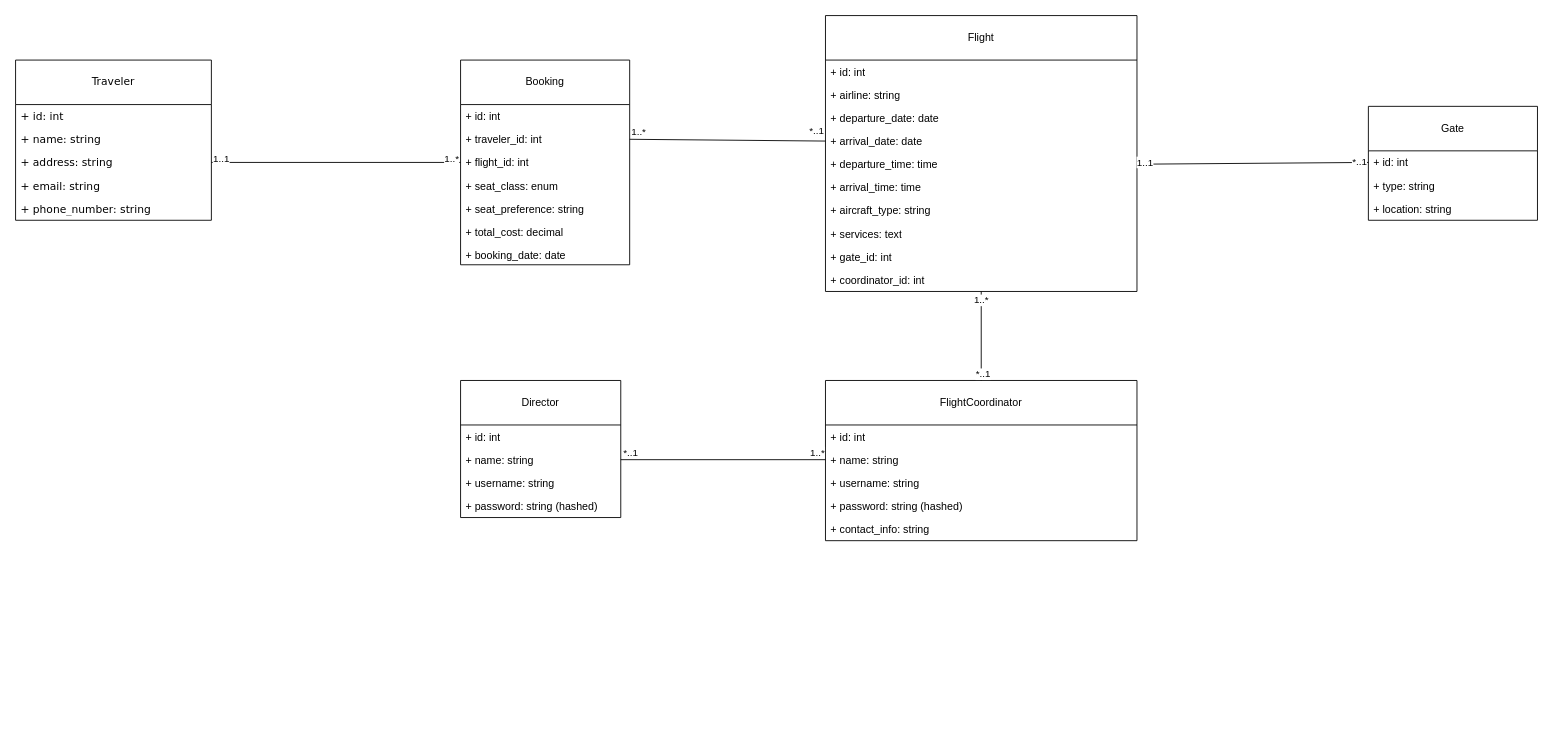
Earlier version of the draw.io diagram Diagrams/Schipol-Orbital(class-UML).drawio (Drunxfish/Schipol-Orbital). Source tidied: cells renumbered, new cells numbered last; positions are measured from the earlier drawing's top-left corner, leaving out a move shared by most shapes. Both pictures are drawn from the tidied source at 89%, with x=0, y=0 at pixel (15, 15).
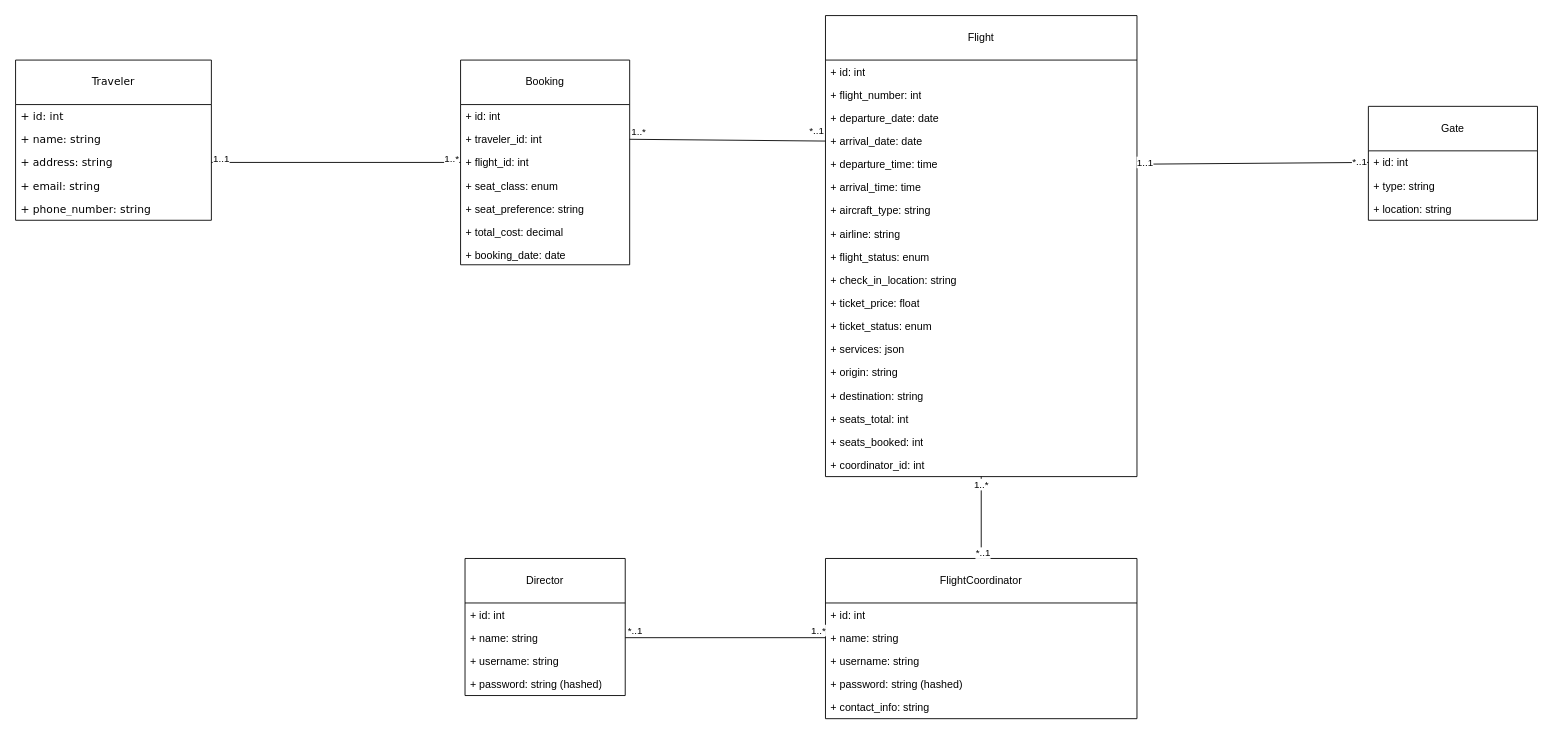
After the change.

What changed in the source:
```diff
@@
     <mxCell id="19" value="Flight" style="swimlane;fontStyle=0;horizontal=1;startSize=50;fillColor=none;whiteSpace=wrap;html=1;" parent="1" vertex="1">
-      <mxGeometry x="910" width="350" height="310" as="geometry" />
+      <mxGeometry x="910" width="350" height="518" as="geometry" />
     </mxCell>
@@
-    <mxCell id="21" value="+ airline: string" style="text;strokeColor=none;fillColor=none;align=left;verticalAlign=top;spacingLeft=4;spacingRight=4;overflow=hidden;whiteSpace=wrap;html=1;" parent="19" vertex="1">
-      <mxGeometry y="76" width="350" height="26" as="geometry" />
-    </mxCell>
+    <mxCell id="57" value="+ flight_number: int" style="text;strokeColor=none;fillColor=none;align=left;verticalAlign=top;spacingLeft=4;spacingRight=4;overflow=hidden;whiteSpace=wrap;html=1;" parent="19" vertex="1">
+      <mxGeometry y="76" width="350" height="26" as="geometry" />
+    </mxCell>
@@
+    <mxCell id="21" value="+ airline: string" style="text;strokeColor=none;fillColor=none;align=left;verticalAlign=top;spacingLeft=4;spacingRight=4;overflow=hidden;whiteSpace=wrap;html=1;" parent="19" vertex="1">
+      <mxGeometry y="232" width="350" height="26" as="geometry" />
+    </mxCell>
+    <mxCell id="58" value="+ flight_status: enum" style="text;strokeColor=none;fillColor=none;align=left;verticalAlign=top;spacingLeft=4;spacingRight=4;overflow=hidden;whiteSpace=wrap;html=1;" parent="19" vertex="1">
+      <mxGeometry y="258" width="350" height="26" as="geometry" />
+    </mxCell>
+    <mxCell id="59" value="+ check_in_location: string" style="text;strokeColor=none;fillColor=none;align=left;verticalAlign=top;spacingLeft=4;spacingRight=4;overflow=hidden;whiteSpace=wrap;html=1;" parent="19" vertex="1">
+      <mxGeometry y="284" width="350" height="26" as="geometry" />
+    </mxCell>
+    <mxCell id="60" value="+ ticket_price: float" style="text;strokeColor=none;fillColor=none;align=left;verticalAlign=top;spacingLeft=4;spacingRight=4;overflow=hidden;whiteSpace=wrap;html=1;" parent="19" vertex="1">
+      <mxGeometry y="310" width="350" height="26" as="geometry" />
+    </mxCell>
+    <mxCell id="61" value="+ ticket_status: enum" style="text;strokeColor=none;fillColor=none;align=left;verticalAlign=top;spacingLeft=4;spacingRight=4;overflow=hidden;whiteSpace=wrap;html=1;" parent="19" vertex="1">
+      <mxGeometry y="336" width="350" height="26" as="geometry" />
+    </mxCell>
-    <mxCell id="27" value="+ services: text" style="text;strokeColor=none;fillColor=none;align=left;verticalAlign=top;spacingLeft=4;spacingRight=4;overflow=hidden;whiteSpace=wrap;html=1;" parent="19" vertex="1">
-      <mxGeometry y="232" width="350" height="26" as="geometry" />
+    <mxCell id="27" value="+ services: json" style="text;strokeColor=none;fillColor=none;align=left;verticalAlign=top;spacingLeft=4;spacingRight=4;overflow=hidden;whiteSpace=wrap;html=1;" parent="19" vertex="1">
+      <mxGeometry y="362" width="350" height="26" as="geometry" />
     </mxCell>
+    <mxCell id="62" value="+ origin: string" style="text;strokeColor=none;fillColor=none;align=left;verticalAlign=top;spacingLeft=4;spacingRight=4;overflow=hidden;whiteSpace=wrap;html=1;" parent="19" vertex="1">
+      <mxGeometry y="388" width="350" height="26" as="geometry" />
+    </mxCell>
+    <mxCell id="63" value="+ destination: string" style="text;strokeColor=none;fillColor=none;align=left;verticalAlign=top;spacingLeft=4;spacingRight=4;overflow=hidden;whiteSpace=wrap;html=1;" parent="19" vertex="1">
+      <mxGeometry y="414" width="350" height="26" as="geometry" />
+    </mxCell>
+    <mxCell id="64" value="+ seats_total: int" style="text;strokeColor=none;fillColor=none;align=left;verticalAlign=top;spacingLeft=4;spacingRight=4;overflow=hidden;whiteSpace=wrap;html=1;" parent="19" vertex="1">
+      <mxGeometry y="440" width="350" height="26" as="geometry" />
+    </mxCell>
-    <mxCell id="28" value="+ gate_id: int" style="text;strokeColor=none;fillColor=none;align=left;verticalAlign=top;spacingLeft=4;spacingRight=4;overflow=hidden;whiteSpace=wrap;html=1;" parent="19" vertex="1">
-      <mxGeometry y="258" width="350" height="26" as="geometry" />
+    <mxCell id="28" value="+ seats_booked: int" style="text;strokeColor=none;fillColor=none;align=left;verticalAlign=top;spacingLeft=4;spacingRight=4;overflow=hidden;whiteSpace=wrap;html=1;" parent="19" vertex="1">
+      <mxGeometry y="466" width="350" height="26" as="geometry" />
     </mxCell>
     <mxCell id="29" value="+ coordinator_id: int" style="text;strokeColor=none;fillColor=none;align=left;verticalAlign=top;spacingLeft=4;spacingRight=4;overflow=hidden;points=[[0,0.5],[1,0.5]];portConstraint=eastwest;whiteSpace=wrap;html=1;" parent="19" vertex="1">
-      <mxGeometry y="284" width="350" height="26" as="geometry" />
+      <mxGeometry y="492" width="350" height="26" as="geometry" />
     </mxCell>
@@
     <mxCell id="40" value="FlightCoordinator" style="swimlane;fontStyle=0;horizontal=1;startSize=50;fillColor=none;whiteSpace=wrap;html=1;" parent="1" vertex="1">
-      <mxGeometry x="910" y="410" width="350" height="180" as="geometry" />
+      <mxGeometry x="910" y="610" width="350" height="180" as="geometry" />
     </mxCell>
@@
     <mxCell id="49" value="Director" style="swimlane;fontStyle=0;horizontal=1;startSize=50;fillColor=none;whiteSpace=wrap;html=1;" parent="1" vertex="1">
-      <mxGeometry x="500" y="410" width="180" height="154" as="geometry" />
+      <mxGeometry x="505" y="610" width="180" height="154" as="geometry" />
     </mxCell>
```
